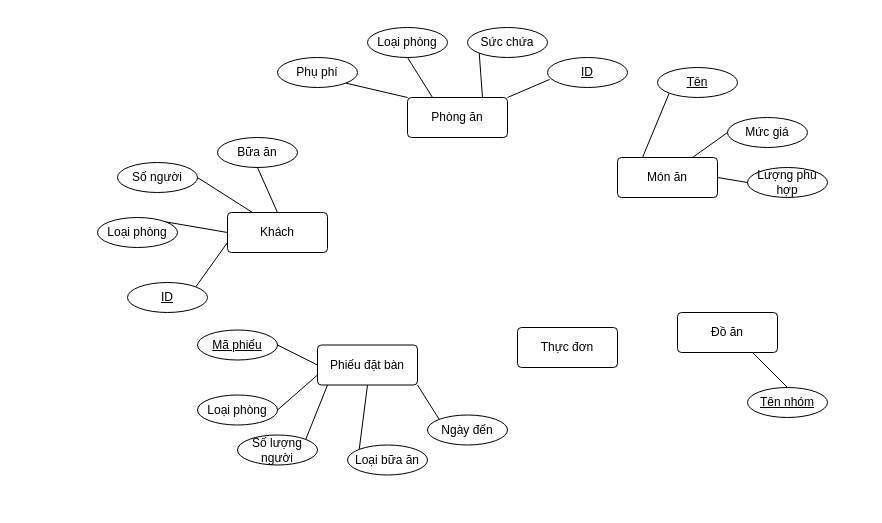
The draw.io diagram images/RESTAURANT EBOOKING.drawio in Drizzle210/hello-world, before the edit. Source tidied: cells renumbered, new cells numbered last; positions are measured from the earlier drawing's top-left corner, leaving out a move shared by most shapes. Both pictures are drawn from the tidied source at 100%, with x=0, y=0 at pixel (97, 27).
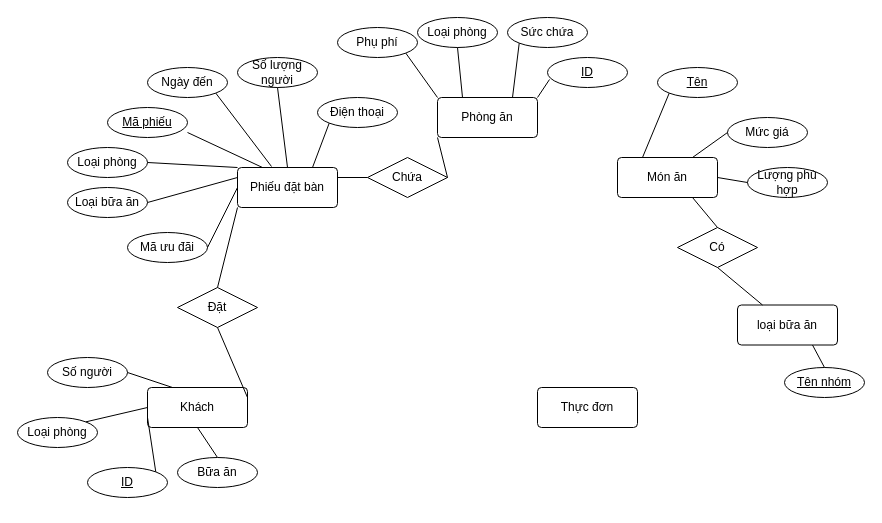
The same diagram, later.

Commit message (it also covers changes not shown here):
Cập nhật RESTAURANT EBOOKING.drawio

Unchanged cells that the change refers to:
```xml
<mxCell id="5" value="Món ăn" style="rounded=1;arcSize=10;whiteSpace=wrap;html=1;align=center;" parent="1" vertex="1">
  <mxGeometry x="520" y="130" width="100" height="40" as="geometry" />
</mxCell>
```

What changed in the source:
```diff
@@
     <mxCell id="2" value="Phòng ăn" style="rounded=1;arcSize=10;whiteSpace=wrap;html=1;align=center;" parent="1" vertex="1">
-      <mxGeometry x="310" y="70" width="100" height="40" as="geometry" />
+      <mxGeometry x="340" y="70" width="100" height="40" as="geometry" />
     </mxCell>
     <mxCell id="3" value="Khách" style="rounded=1;arcSize=10;whiteSpace=wrap;html=1;align=center;" parent="1" vertex="1">
-      <mxGeometry x="130" y="185" width="100" height="40" as="geometry" />
+      <mxGeometry x="50" y="360" width="100" height="40" as="geometry" />
     </mxCell>
-    <mxCell id="4" value="Đồ ăn" style="rounded=1;arcSize=10;whiteSpace=wrap;html=1;align=center;" parent="1" vertex="1">
-      <mxGeometry x="580" y="285" width="100" height="40" as="geometry" />
+    <mxCell id="4" value="loại bữa ăn" style="rounded=1;arcSize=10;whiteSpace=wrap;html=1;align=center;" parent="1" vertex="1">
+      <mxGeometry x="640" y="277.5" width="100" height="40" as="geometry" />
     </mxCell>
@@
     <mxCell id="6" value="Loại phòng" style="ellipse;whiteSpace=wrap;html=1;align=center;" parent="1" vertex="1">
-      <mxGeometry x="270" width="80" height="30" as="geometry" />
+      <mxGeometry x="320" y="-10" width="80" height="30" as="geometry" />
     </mxCell>
     <mxCell id="7" value="Sức chứa" style="ellipse;whiteSpace=wrap;html=1;align=center;" parent="1" vertex="1">
-      <mxGeometry x="370" width="80" height="30" as="geometry" />
+      <mxGeometry x="410" y="-10" width="80" height="30" as="geometry" />
     </mxCell>
     <mxCell id="8" value="Phụ phí" style="ellipse;whiteSpace=wrap;html=1;align=center;" parent="1" vertex="1">
-      <mxGeometry x="180" y="30" width="80" height="30" as="geometry" />
+      <mxGeometry x="240" width="80" height="30" as="geometry" />
     </mxCell>
@@
     <mxCell id="13" value="Số người" style="ellipse;whiteSpace=wrap;html=1;align=center;" parent="1" vertex="1">
-      <mxGeometry x="20" y="135" width="80" height="30" as="geometry" />
+      <mxGeometry x="-50" y="330" width="80" height="30" as="geometry" />
     </mxCell>
     <mxCell id="14" value="Loại phòng" style="ellipse;whiteSpace=wrap;html=1;align=center;" parent="1" vertex="1">
-      <mxGeometry y="190" width="80" height="30" as="geometry" />
+      <mxGeometry x="-80" y="390" width="80" height="30" as="geometry" />
     </mxCell>
-    <mxCell id="15" value="Bữa ăn" style="ellipse;whiteSpace=wrap;html=1;align=center;" parent="1" vertex="1">
-      <mxGeometry x="120" y="110" width="80" height="30" as="geometry" />
-    </mxCell>
-    <mxCell id="16" style="endArrow=none;html=1;rounded=0;exitX=0.5;exitY=1;exitDx=0;exitDy=0;entryX=0.5;entryY=0;entryDx=0;entryDy=0;" parent="1" edge="1" source="15" target="3">
+    <mxCell id="16" style="endArrow=none;html=1;rounded=0;exitX=0.5;exitY=1;exitDx=0;exitDy=0;entryX=0.5;entryY=0;entryDx=0;entryDy=0;" parent="1" edge="1" source="3" target="15">
       <mxGeometry relative="1" as="geometry" />
     </mxCell>
@@
-    <mxCell id="20" value="Phiếu đặt bàn" style="rounded=1;arcSize=10;whiteSpace=wrap;html=1;align=center;" parent="1" vertex="1">
-      <mxGeometry x="220" y="317.5" width="100" height="40" as="geometry" />
-    </mxCell>
     <mxCell id="21" value="&lt;u&gt;Mã phiếu&lt;/u&gt;" style="ellipse;whiteSpace=wrap;html=1;align=center;" parent="1" vertex="1">
-      <mxGeometry x="100" y="302.5" width="80" height="30" as="geometry" />
+      <mxGeometry x="10" y="80" width="80" height="30" as="geometry" />
     </mxCell>
     <mxCell id="22" value="Loại phòng" style="ellipse;whiteSpace=wrap;html=1;align=center;" parent="1" vertex="1">
-      <mxGeometry x="100" y="367.5" width="80" height="30" as="geometry" />
+      <mxGeometry x="-30" y="120" width="80" height="30" as="geometry" />
     </mxCell>
     <mxCell id="23" value="Số lượng người" style="ellipse;whiteSpace=wrap;html=1;align=center;" parent="1" vertex="1">
-      <mxGeometry x="140" y="407.5" width="80" height="30" as="geometry" />
+      <mxGeometry x="140" y="30" width="80" height="30" as="geometry" />
     </mxCell>
     <mxCell id="24" value="Ngày đến" style="ellipse;whiteSpace=wrap;html=1;align=center;" parent="1" vertex="1">
-      <mxGeometry x="330" y="387.5" width="80" height="30" as="geometry" />
+      <mxGeometry x="50" y="40" width="80" height="30" as="geometry" />
     </mxCell>
     <mxCell id="25" value="Loại bữa ăn" style="ellipse;whiteSpace=wrap;html=1;align=center;" parent="1" vertex="1">
-      <mxGeometry x="250" y="417.5" width="80" height="30" as="geometry" />
+      <mxGeometry x="-30" y="160" width="80" height="30" as="geometry" />
     </mxCell>
-    <mxCell id="26" style="endArrow=none;html=1;rounded=0;exitX=1;exitY=0.5;exitDx=0;exitDy=0;entryX=0;entryY=0.5;entryDx=0;entryDy=0;" parent="1" edge="1" source="21" target="20">
-      <mxGeometry relative="1" as="geometry" />
-    </mxCell>
-    <mxCell id="27" style="endArrow=none;html=1;rounded=0;exitX=1;exitY=0.5;exitDx=0;exitDy=0;entryX=0;entryY=0.75;entryDx=0;entryDy=0;" parent="1" edge="1" source="22" target="20">
-      <mxGeometry relative="1" as="geometry" />
-    </mxCell>
-    <mxCell id="28" style="endArrow=none;html=1;rounded=0;exitX=1;exitY=0;exitDx=0;exitDy=0;entryX=0.1;entryY=1;entryDx=0;entryDy=0;entryPerimeter=0;" parent="1" edge="1" source="23" target="20">
-      <mxGeometry relative="1" as="geometry" />
-    </mxCell>
-    <mxCell id="29" style="endArrow=none;html=1;rounded=0;exitX=0;exitY=0;exitDx=0;exitDy=0;entryX=0.5;entryY=1;entryDx=0;entryDy=0;" parent="1" edge="1" source="25" target="20">
-      <mxGeometry relative="1" as="geometry" />
-    </mxCell>
-    <mxCell id="30" style="endArrow=none;html=1;rounded=0;exitX=0;exitY=0;exitDx=0;exitDy=0;entryX=1;entryY=1;entryDx=0;entryDy=0;" parent="1" edge="1" source="24" target="20">
-      <mxGeometry relative="1" as="geometry" />
-    </mxCell>
     <mxCell id="31" value="&lt;u&gt;Tên nhóm&lt;/u&gt;" style="ellipse;whiteSpace=wrap;html=1;align=center;" parent="1" vertex="1">
-      <mxGeometry x="650" y="360" width="80" height="30" as="geometry" />
+      <mxGeometry x="687" y="340" width="80" height="30" as="geometry" />
     </mxCell>
@@
     <mxCell id="39" value="Thực đơn" style="rounded=1;arcSize=10;whiteSpace=wrap;html=1;align=center;" parent="1" vertex="1">
-      <mxGeometry x="420" y="300" width="100" height="40" as="geometry" />
+      <mxGeometry x="440" y="360" width="100" height="40" as="geometry" />
     </mxCell>
@@
     <mxCell id="41" value="&lt;u&gt;ID&lt;/u&gt;" style="ellipse;whiteSpace=wrap;html=1;align=center;" parent="1" vertex="1">
-      <mxGeometry x="30" y="255" width="80" height="30" as="geometry" />
+      <mxGeometry x="-10" y="440" width="80" height="30" as="geometry" />
     </mxCell>
+    <mxCell id="42" value="Đặt" style="shape=rhombus;perimeter=rhombusPerimeter;whiteSpace=wrap;html=1;align=center;" parent="1" vertex="1">
+      <mxGeometry x="80" y="260" width="80" height="40" as="geometry" />
+    </mxCell>
+    <mxCell id="43" style="endArrow=none;html=1;rounded=0;exitX=1;exitY=0.25;exitDx=0;exitDy=0;entryX=0.5;entryY=1;entryDx=0;entryDy=0;" parent="1" edge="1" source="3" target="42">
+      <mxGeometry relative="1" as="geometry" />
+    </mxCell>
+    <mxCell id="44" style="endArrow=none;html=1;rounded=0;exitX=0;exitY=1;exitDx=0;exitDy=0;entryX=0.5;entryY=0;entryDx=0;entryDy=0;" parent="1" edge="1" source="20" target="42">
+      <mxGeometry relative="1" as="geometry" />
+    </mxCell>
+    <mxCell id="45" value="Chứa" style="shape=rhombus;perimeter=rhombusPerimeter;whiteSpace=wrap;html=1;align=center;" parent="1" vertex="1">
+      <mxGeometry x="270" y="130" width="80" height="40" as="geometry" />
+    </mxCell>
+    <mxCell id="46" style="endArrow=none;html=1;rounded=0;exitX=1;exitY=0.25;exitDx=0;exitDy=0;entryX=0;entryY=0.5;entryDx=0;entryDy=0;" parent="1" edge="1" source="20" target="45">
+      <mxGeometry relative="1" as="geometry" />
+    </mxCell>
+    <mxCell id="47" style="endArrow=none;html=1;rounded=0;exitX=1;exitY=0.5;exitDx=0;exitDy=0;entryX=0;entryY=1;entryDx=0;entryDy=0;" parent="1" edge="1" source="45" target="2">
+      <mxGeometry relative="1" as="geometry" />
+    </mxCell>
+    <mxCell id="48" value="Điện thoại" style="ellipse;whiteSpace=wrap;html=1;align=center;" parent="1" vertex="1">
+      <mxGeometry x="220" y="70" width="80" height="30" as="geometry" />
+    </mxCell>
+    <mxCell id="49" value="Mã ưu đãi" style="ellipse;whiteSpace=wrap;html=1;align=center;" parent="1" vertex="1">
+      <mxGeometry x="30" y="205" width="80" height="30" as="geometry" />
+    </mxCell>
+    <mxCell id="50" value="Có" style="shape=rhombus;perimeter=rhombusPerimeter;whiteSpace=wrap;html=1;align=center;" parent="1" vertex="1">
+      <mxGeometry x="580" y="200" width="80" height="40" as="geometry" />
+    </mxCell>
+    <mxCell id="51" style="endArrow=none;html=1;rounded=0;exitX=0.25;exitY=0;exitDx=0;exitDy=0;entryX=0.5;entryY=1;entryDx=0;entryDy=0;" parent="1" edge="1" source="4" target="50">
+      <mxGeometry relative="1" as="geometry" />
+    </mxCell>
+    <mxCell id="52" style="endArrow=none;html=1;rounded=0;exitX=0.5;exitY=0;exitDx=0;exitDy=0;entryX=0.75;entryY=1;entryDx=0;entryDy=0;" parent="1" edge="1" source="50" target="5">
+      <mxGeometry relative="1" as="geometry" />
+    </mxCell>
+    <mxCell id="20" value="Phiếu đặt bàn" style="rounded=1;arcSize=10;whiteSpace=wrap;html=1;align=center;" parent="1" vertex="1">
+      <mxGeometry x="140" y="140" width="100" height="40" as="geometry" />
+    </mxCell>
+    <mxCell id="15" value="Bữa ăn" style="ellipse;whiteSpace=wrap;html=1;align=center;" parent="1" vertex="1">
+      <mxGeometry x="80" y="430" width="80" height="30" as="geometry" />
+    </mxCell>
+    <mxCell id="53" style="edgeStyle=orthogonalEdgeStyle;rounded=0;orthogonalLoop=1;jettySize=auto;html=1;exitX=0.5;exitY=1;exitDx=0;exitDy=0;" parent="1" edge="1" source="41" target="41">
+      <mxGeometry relative="1" as="geometry" />
+    </mxCell>
+    <mxCell id="54" style="endArrow=none;html=1;rounded=0;exitX=1;exitY=0.5;exitDx=0;exitDy=0;entryX=0;entryY=0.5;entryDx=0;entryDy=0;" parent="1" edge="1" source="49" target="20">
+      <mxGeometry relative="1" as="geometry" />
+    </mxCell>
+    <mxCell id="29" style="endArrow=none;html=1;rounded=0;exitX=1;exitY=0.5;exitDx=0;exitDy=0;entryX=0;entryY=0.25;entryDx=0;entryDy=0;" parent="1" edge="1" source="25" target="20">
+      <mxGeometry relative="1" as="geometry" />
+    </mxCell>
+    <mxCell id="27" style="endArrow=none;html=1;rounded=0;exitX=1;exitY=0.5;exitDx=0;exitDy=0;entryX=0;entryY=0;entryDx=0;entryDy=0;" parent="1" edge="1" source="22" target="20">
+      <mxGeometry relative="1" as="geometry" />
+    </mxCell>
+    <mxCell id="26" style="endArrow=none;html=1;rounded=0;exitX=1;exitY=0.833;exitDx=0;exitDy=0;entryX=0.25;entryY=0;entryDx=0;entryDy=0;exitPerimeter=0;" parent="1" edge="1" source="21" target="20">
+      <mxGeometry relative="1" as="geometry" />
+    </mxCell>
+    <mxCell id="30" style="endArrow=none;html=1;rounded=0;exitX=1;exitY=1;exitDx=0;exitDy=0;entryX=0.34;entryY=-0.025;entryDx=0;entryDy=0;entryPerimeter=0;" parent="1" edge="1" source="24" target="20">
+      <mxGeometry relative="1" as="geometry" />
+    </mxCell>
+    <mxCell id="28" style="endArrow=none;html=1;rounded=0;exitX=0.5;exitY=1;exitDx=0;exitDy=0;entryX=0.5;entryY=0;entryDx=0;entryDy=0;" parent="1" edge="1" source="23" target="20">
+      <mxGeometry relative="1" as="geometry" />
+    </mxCell>
+    <mxCell id="55" style="endArrow=none;html=1;rounded=0;exitX=0;exitY=1;exitDx=0;exitDy=0;entryX=0.75;entryY=0;entryDx=0;entryDy=0;" parent="1" edge="1" source="48" target="20">
+      <mxGeometry relative="1" as="geometry" />
+    </mxCell>
```
